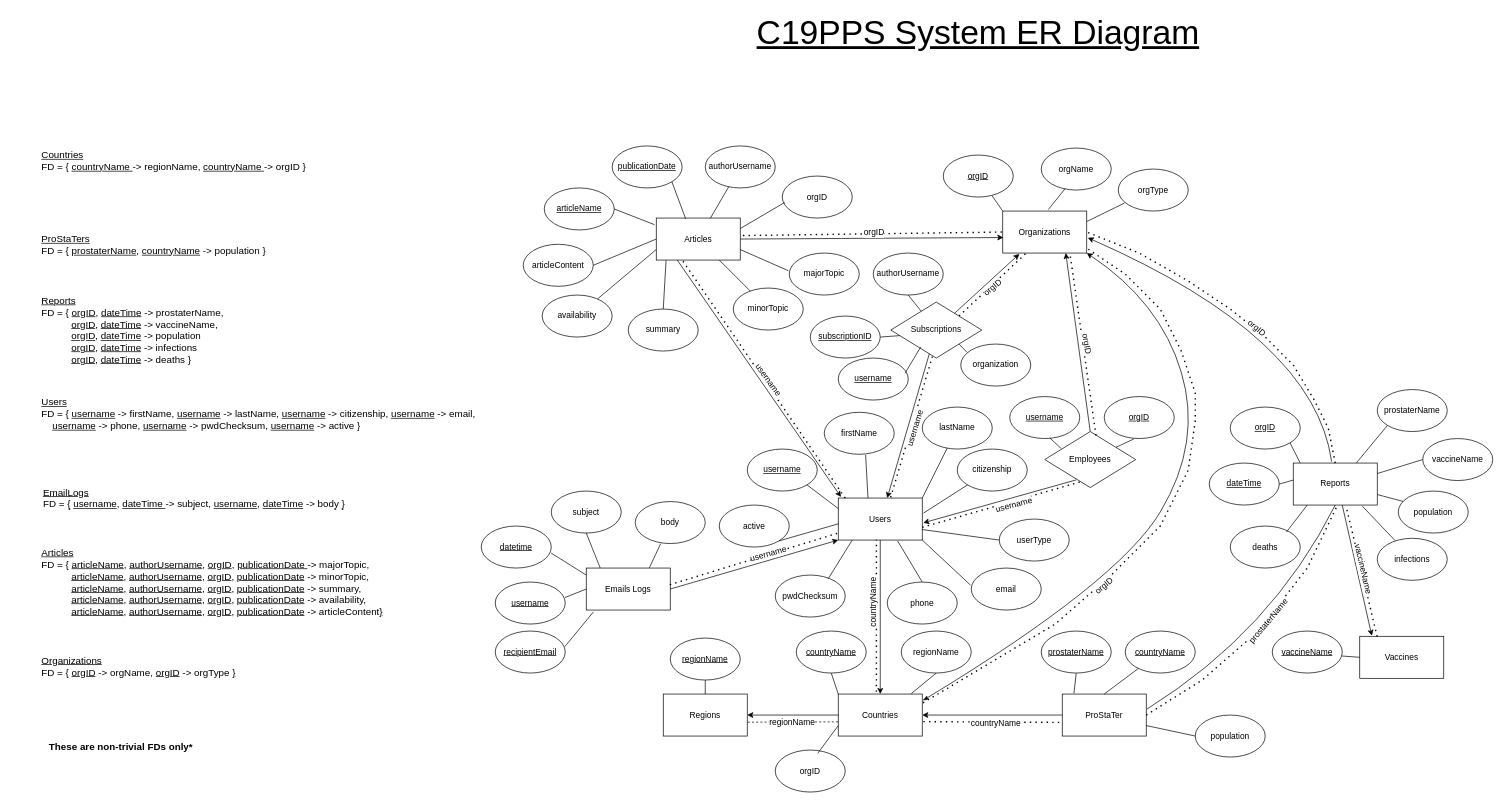
This is ER Diagram v2.5.drawio from aydinaf/COMP353-Project-C19PPS, a draw.io file, before an edit. Source tidied: cells renumbered, new cells numbered last; positions are measured from the earlier drawing's top-left corner, leaving out a move shared by most shapes. Both pictures are drawn from the tidied source at 70%, with x=0, y=0 at pixel (12, 22).
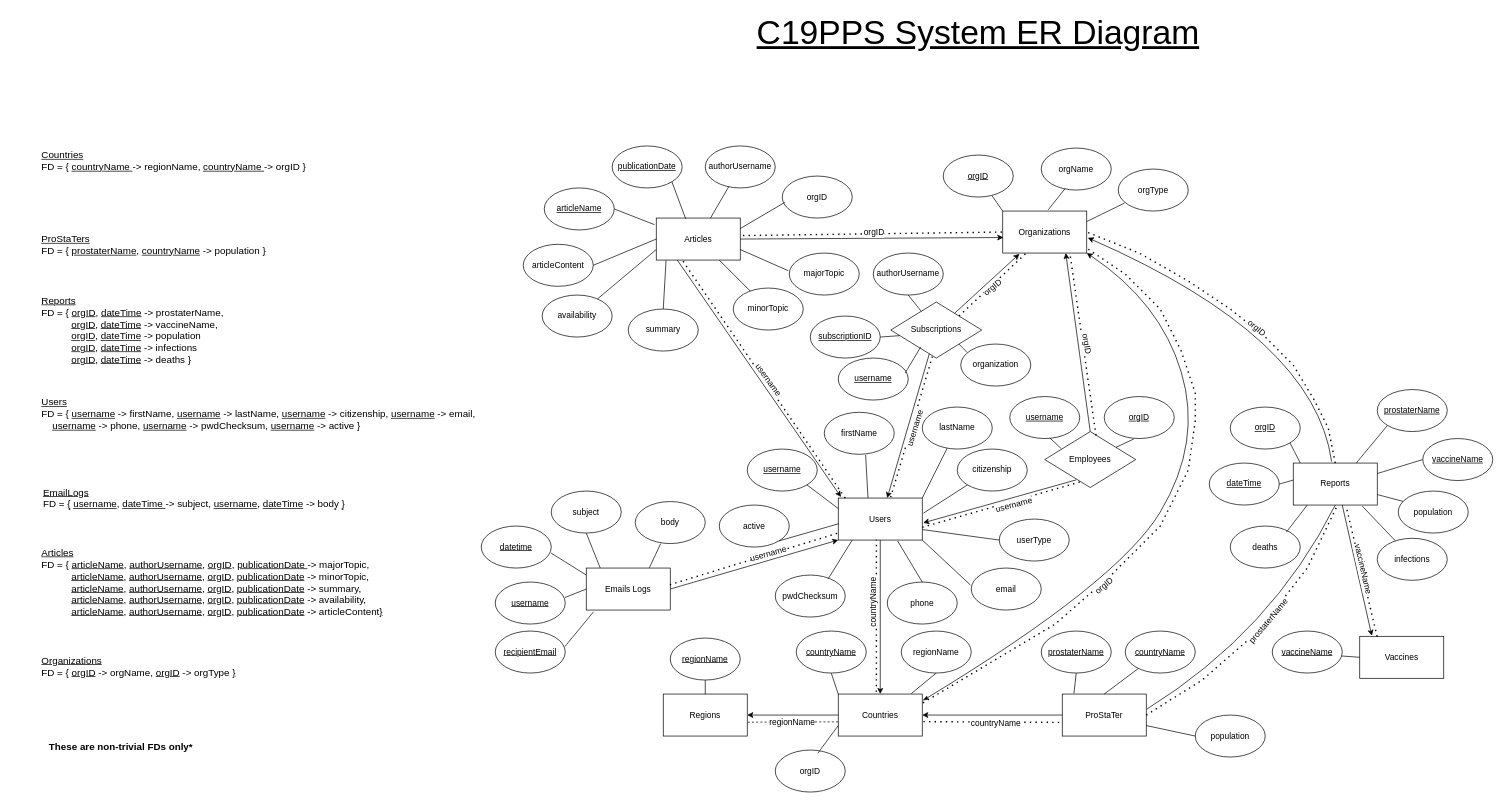
Above is the later version.

Commit message:
added 2 Primary keys for Reports

What changed in the source:
```diff
@@
-    <mxCell id="78" value="prostaterName" style="ellipse;whiteSpace=wrap;html=1;" parent="1" vertex="1">
+    <mxCell id="78" value="prostaterName" style="ellipse;whiteSpace=wrap;html=1;fontStyle=4;" parent="1" vertex="1">
       <mxGeometry x="1950" y="525" width="100" height="60" as="geometry" />
     </mxCell>
-    <mxCell id="79" value="vaccineName" style="ellipse;whiteSpace=wrap;html=1;" parent="1" vertex="1">
+    <mxCell id="79" value="vaccineName" style="ellipse;whiteSpace=wrap;html=1;fontStyle=4;" parent="1" vertex="1">
       <mxGeometry x="2015" y="595" width="100" height="60" as="geometry" />
     </mxCell>
```
